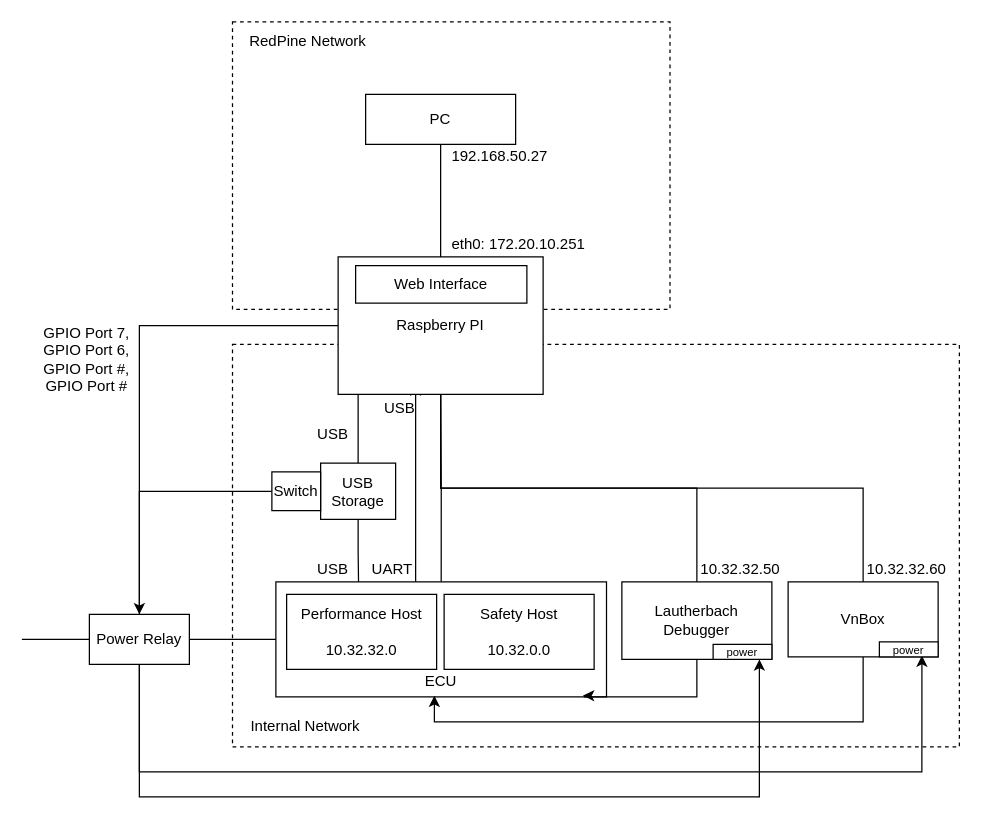
atakancelikkol/redcon keeps this draw.io diagram as docs/diagrams/redcon-overview.drawio. Above is the earlier version. Source tidied: cells renumbered, new cells numbered last; positions are measured from the earlier drawing's top-left corner, leaving out a move shared by most shapes. Both pictures are drawn from the tidied source at 125%, with x=0, y=0 at pixel (21, 21).
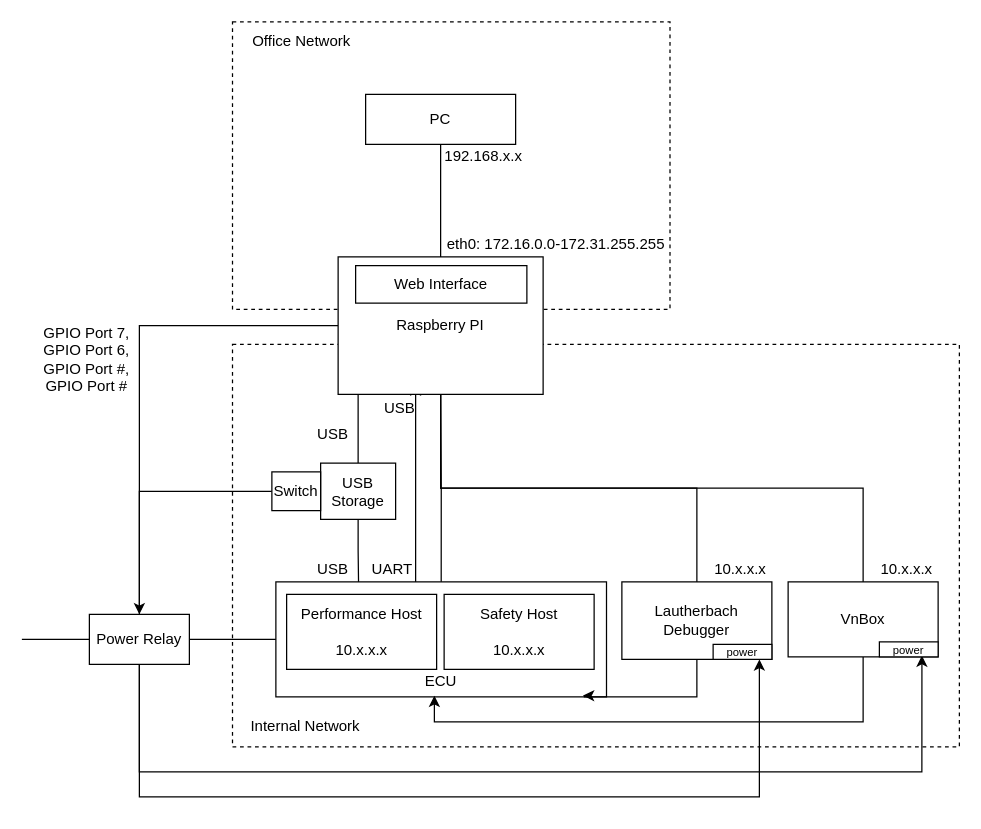
Above is the later version.

Change to the diagram source:
```diff
@@
-    <mxCell id="12" value="RedPine Network" style="text;html=1;strokeColor=none;fillColor=none;align=center;verticalAlign=middle;whiteSpace=wrap;rounded=0;dashed=1;" parent="1" vertex="1">
-      <mxGeometry x="174" y="6" width="110" height="20" as="geometry" />
+    <mxCell id="12" value="Office Network" style="text;html=1;strokeColor=none;fillColor=none;align=center;verticalAlign=middle;whiteSpace=wrap;rounded=0;dashed=1;" parent="1" vertex="1">
+      <mxGeometry x="168.5" y="6" width="110" height="20" as="geometry" />
     </mxCell>
@@
-    <mxCell id="14" value="eth0: 172.20.10.251" style="text;html=1;strokeColor=none;fillColor=none;align=center;verticalAlign=middle;whiteSpace=wrap;rounded=0;" parent="1" vertex="1">
-      <mxGeometry x="335" y="168" width="125" height="20" as="geometry" />
+    <mxCell id="14" value="eth0: 172.16.0.0-172.31.255.255" style="text;html=1;strokeColor=none;fillColor=none;align=center;verticalAlign=middle;whiteSpace=wrap;rounded=0;" parent="1" vertex="1">
+      <mxGeometry x="335" y="168" width="185" height="20" as="geometry" />
     </mxCell>
@@
-    <mxCell id="16" value="192.168.50.27" style="text;html=1;strokeColor=none;fillColor=none;align=center;verticalAlign=middle;whiteSpace=wrap;rounded=0;" parent="1" vertex="1">
-      <mxGeometry x="335" y="98" width="95" height="20" as="geometry" />
+    <mxCell id="16" value="192.168.x.x" style="text;html=1;strokeColor=none;fillColor=none;align=center;verticalAlign=middle;whiteSpace=wrap;rounded=0;" parent="1" vertex="1">
+      <mxGeometry x="322" y="98" width="95" height="20" as="geometry" />
     </mxCell>
-    <mxCell id="17" value="Performance Host&lt;br&gt;&lt;br&gt;10.32.32.0" style="rounded=0;whiteSpace=wrap;html=1;" parent="1" vertex="1">
+    <mxCell id="17" value="Performance Host&lt;br&gt;&lt;br&gt;10.x.x.x" style="rounded=0;whiteSpace=wrap;html=1;" parent="1" vertex="1">
       <mxGeometry x="211.8" y="458" width="120" height="60" as="geometry" />
     </mxCell>
-    <mxCell id="18" value="Safety Host&lt;br&gt;&lt;br&gt;10.32.0.0" style="rounded=0;whiteSpace=wrap;html=1;" parent="1" vertex="1">
+    <mxCell id="18" value="Safety Host&lt;br&gt;&lt;br&gt;10.x.x.x" style="rounded=0;whiteSpace=wrap;html=1;" parent="1" vertex="1">
       <mxGeometry x="337.8" y="458" width="120" height="60" as="geometry" />
     </mxCell>
@@
-    <mxCell id="28" value="10.32.32.50" style="text;html=1;strokeColor=none;fillColor=none;align=center;verticalAlign=middle;whiteSpace=wrap;rounded=0;" parent="1" vertex="1">
+    <mxCell id="28" value="10.x.x.x" style="text;html=1;strokeColor=none;fillColor=none;align=center;verticalAlign=middle;whiteSpace=wrap;rounded=0;" parent="1" vertex="1">
       <mxGeometry x="540" y="428" width="70" height="20" as="geometry" />
     </mxCell>
@@
-    <mxCell id="32" value="10.32.32.60" style="text;html=1;strokeColor=none;fillColor=none;align=center;verticalAlign=middle;whiteSpace=wrap;rounded=0;" parent="1" vertex="1">
+    <mxCell id="32" value="10.x.x.x" style="text;html=1;strokeColor=none;fillColor=none;align=center;verticalAlign=middle;whiteSpace=wrap;rounded=0;" parent="1" vertex="1">
       <mxGeometry x="673" y="428" width="70" height="20" as="geometry" />
     </mxCell>
```
